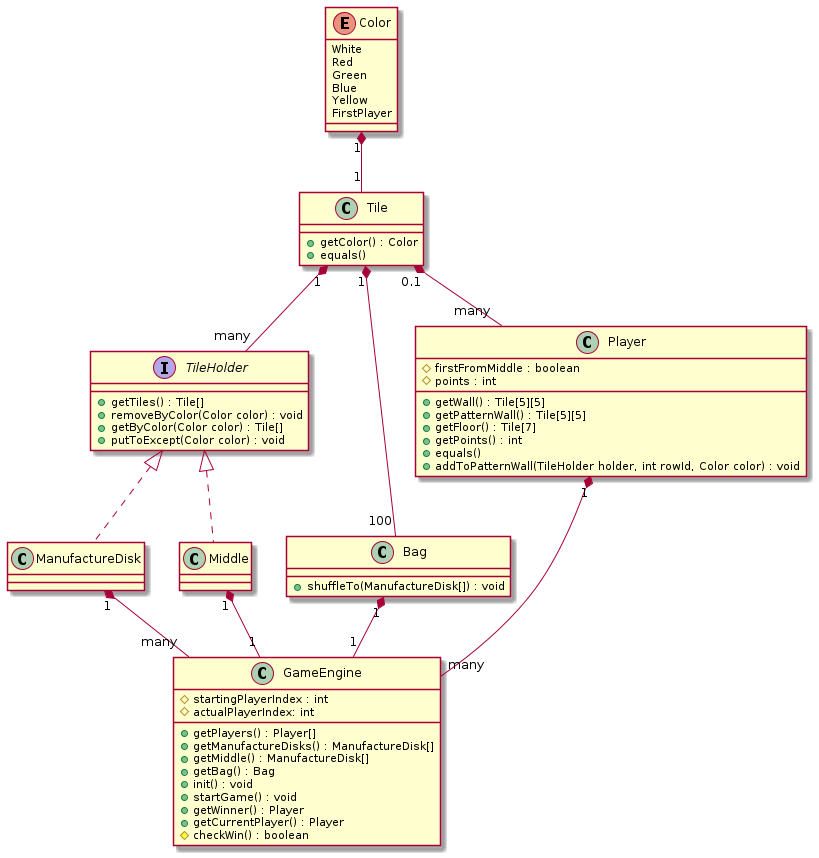
This is diagrams/azul_class.png from Uni-Sopron/szta-22t-azul-azure, a PlantUML export, as it was before one commit.
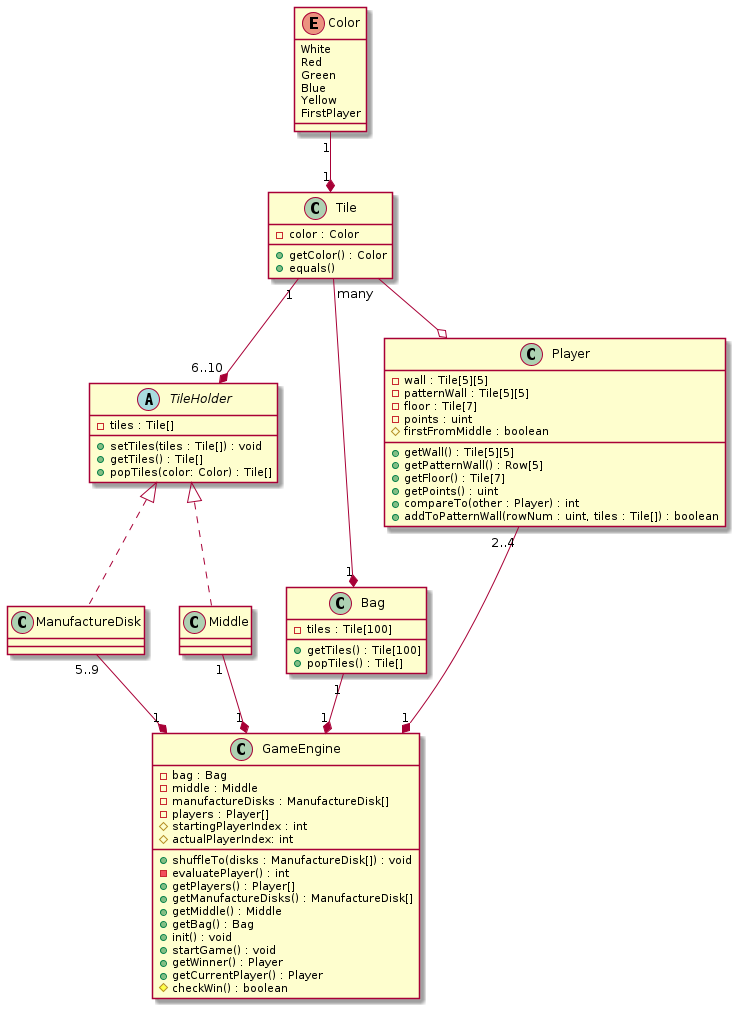
The same diagram one commit later.

Commit message:
class diagram reworked

What changed in the source:
```diff
@@ -8,19 +8,24 @@
 FirstPlayer
 }
 
-interface TileHolder{
+abstract TileHolder{
+-tiles : Tile[]
++setTiles(tiles : Tile[]) : void
 +getTiles() : Tile[]
-+removeByColor(Color color) : void
-+getByColor(Color color) : Tile[]
-+putToExcept(Color color) : void
++popTiles(color: Color) : Tile[]
 }
 
+
 class Tile{
+-color : Color
 +getColor() : Color
 +equals()
 }
-class Bag{
-+shuffleTo(ManufactureDisk[]) : void
+class Bag {
+-tiles : Tile[100]
++getTiles() : Tile[100]
++popTiles() : Tile[]
+
 }
 class ManufactureDisk implements TileHolder{
 
@@ -29,22 +34,31 @@
 
 }
 class Player{
+-wall : Tile[5][5]
+-patternWall : Tile[5][5]
+-floor : Tile[7]
+-points : uint
 #firstFromMiddle : boolean
-#points : int
 +getWall() : Tile[5][5]
-+getPatternWall() : Tile[5][5]
++getPatternWall() : Row[5]
 +getFloor() : Tile[7]
-+getPoints() : int
-+equals()
-+addToPatternWall(TileHolder holder, int rowId, Color color) : void
++getPoints() : uint
++compareTo(other : Player) : int
++addToPatternWall(rowNum : uint, tiles : Tile[]) : boolean
 }
 
 class GameEngine{
+-bag : Bag
+-middle : Middle
+-manufactureDisks : ManufactureDisk[]
+-players : Player[]
++shuffleTo(disks : ManufactureDisk[]) : void
+-evaluatePlayer() : int
 #startingPlayerIndex : int
 #actualPlayerIndex: int
 +getPlayers() : Player[]
 +getManufactureDisks() : ManufactureDisk[]
-+getMiddle() : ManufactureDisk[]
++getMiddle() : Middle
 +getBag() : Bag
 +init() : void
 +startGame() : void
@@ -54,13 +68,12 @@
 }
 
 
-Color "1" *-- "1" Tile
-Player "1" *-- "many" GameEngine
-ManufactureDisk "1" *-- "many" GameEngine
-Tile "1" *-- "100" Bag
-Tile "1" *-- "many" TileHolder
-Tile "0.1" *-- "many" Player
-
-Bag "1" *-- "1" GameEngine
-Middle "1" *-- "1" GameEngine
+Color "1"--*"1" Tile
+Player "2..4"--*"1" GameEngine
+Tile "many"--*"1" Bag
+Tile "1"--*"6..10" TileHolder
+Tile --o Player
+ManufactureDisk "5..9"--*"1" GameEngine
+Bag "1"--*"1" GameEngine
+Middle "1"--*"1" GameEngine
 @enduml
```
